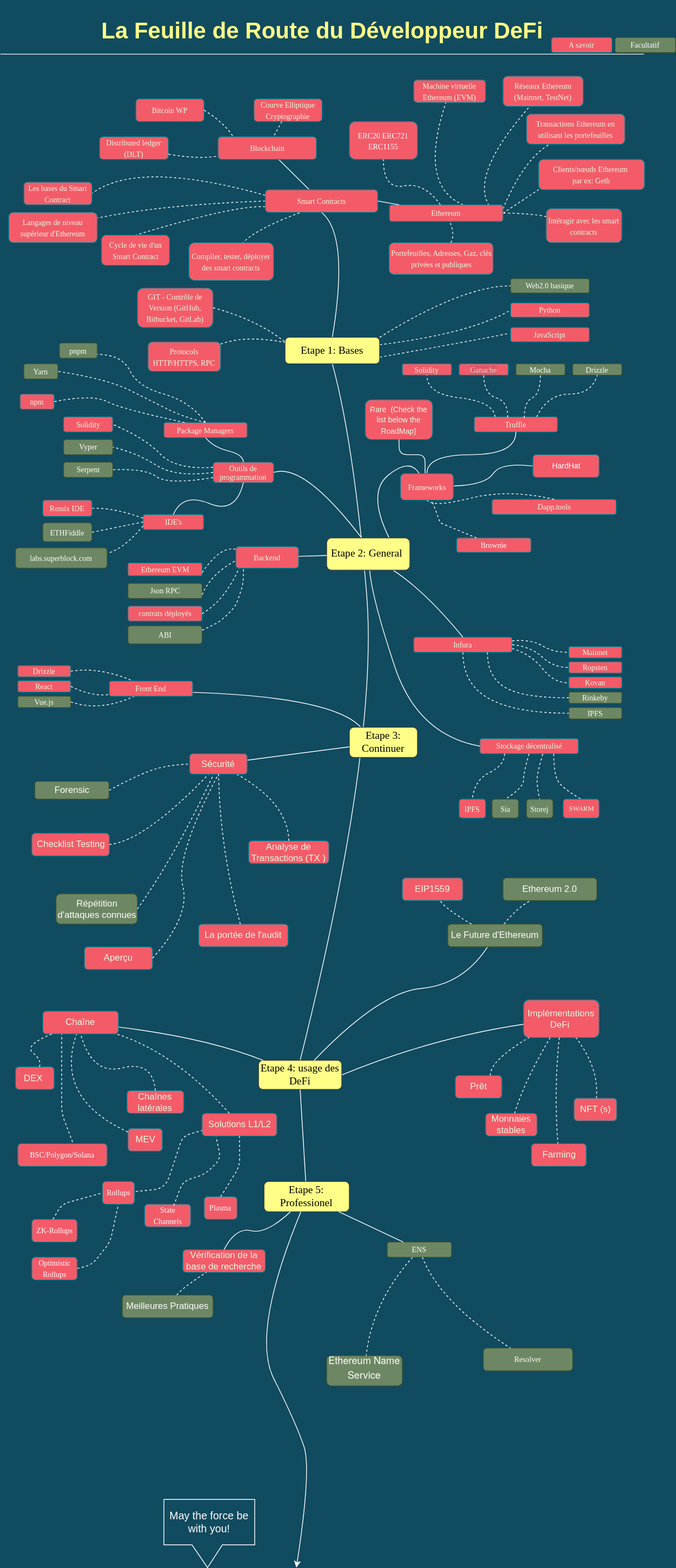
Shorshaa/DeFi-Developer-Road-Map keeps this draw.io diagram as translations/DeFiRoadmapnew_fr.svg. Above is the earlier version. Source tidied: cells renumbered, new cells last; positions are measured from the earlier drawing's top-left corner, leaving out a move shared by most shapes.
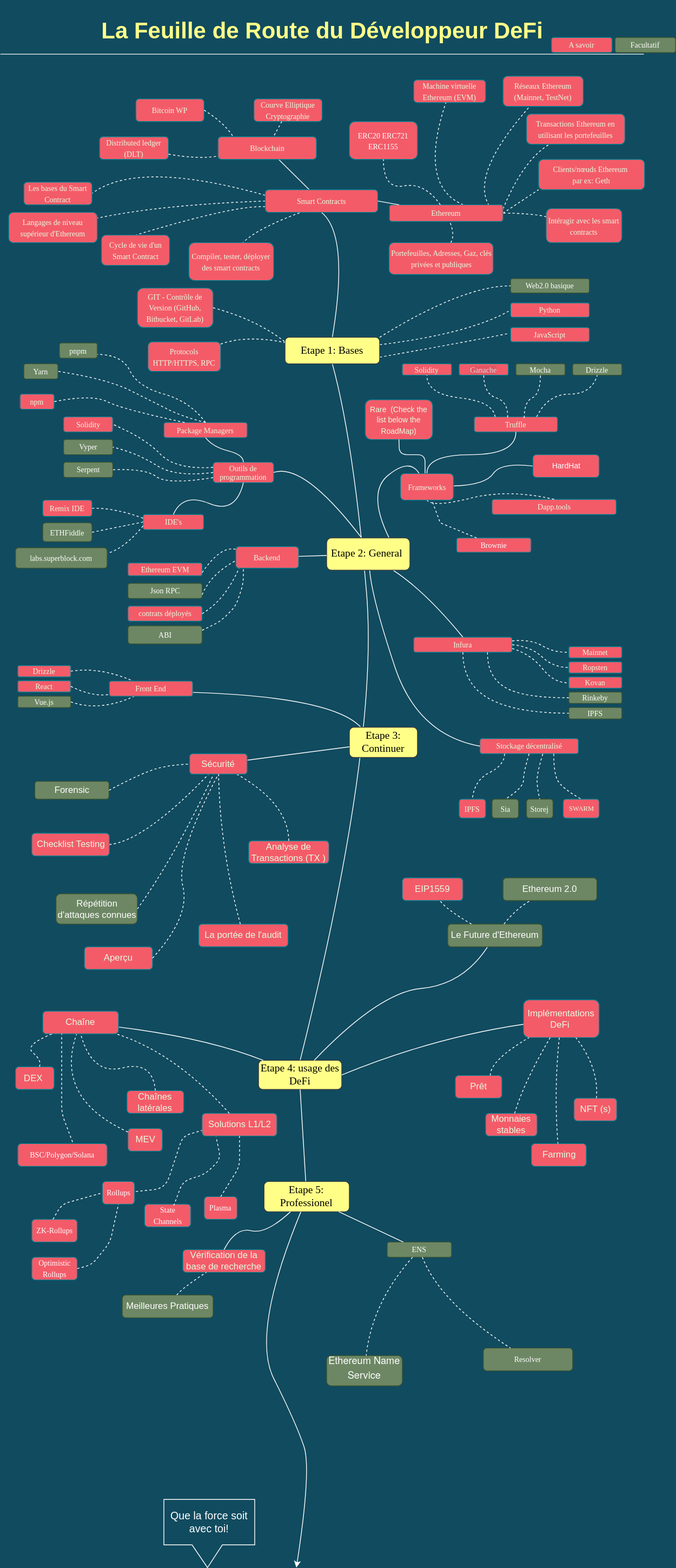
The same file after the commit.

Diff of the diagram source:
```diff
@@ -938,7 +938,7 @@
         <mxPoint x="850" y="71" as="targetPoint" />
       </mxGeometry>
     </mxCell>
-    <mxCell id="186" value="&lt;span style=&quot;color: rgb(255 , 255 , 255) ; text-align: left&quot;&gt;&lt;font style=&quot;font-size: 14px&quot;&gt;May the force be with you!&lt;/font&gt;&lt;/span&gt;" style="shape=callout;whiteSpace=wrap;html=1;perimeter=calloutPerimeter;rounded=0;sketch=0;fontColor=#E4FDE1;fillColor=none;size=30;position=0.31;base=40;position2=0.48;strokeColor=#FFFFFF;" parent="1" vertex="1">
+    <mxCell id="186" value="&lt;div style=&quot;&quot;&gt;&lt;span style=&quot;background-color: initial; font-size: 14px;&quot;&gt;&lt;font color=&quot;#ffffff&quot;&gt;Que la force soit avec toi!&lt;/font&gt;&lt;/span&gt;&lt;/div&gt;" style="shape=callout;whiteSpace=wrap;html=1;perimeter=calloutPerimeter;rounded=0;sketch=0;fontColor=#E4FDE1;fillColor=none;size=30;position=0.31;base=40;position2=0.48;strokeColor=#FFFFFF;align=center;" parent="1" vertex="1">
       <mxGeometry x="216" y="1980" width="120" height="90" as="geometry" />
     </mxCell>
     <mxCell id="187" value="&lt;p style=&quot;margin: 0px ; font-weight: normal ; font-stretch: normal ; font-size: 13px ; line-height: normal ; font-family: &amp;#34;helvetica neue&amp;#34; ; min-height: 15px&quot;&gt;&amp;nbsp;&amp;nbsp;&lt;/p&gt;" style="text;strokeColor=none;fillColor=none;html=1;fontSize=24;fontStyle=1;verticalAlign=middle;align=center;rounded=0;sketch=0;fontColor=#E4FDE1;" parent="1" vertex="1">
```
